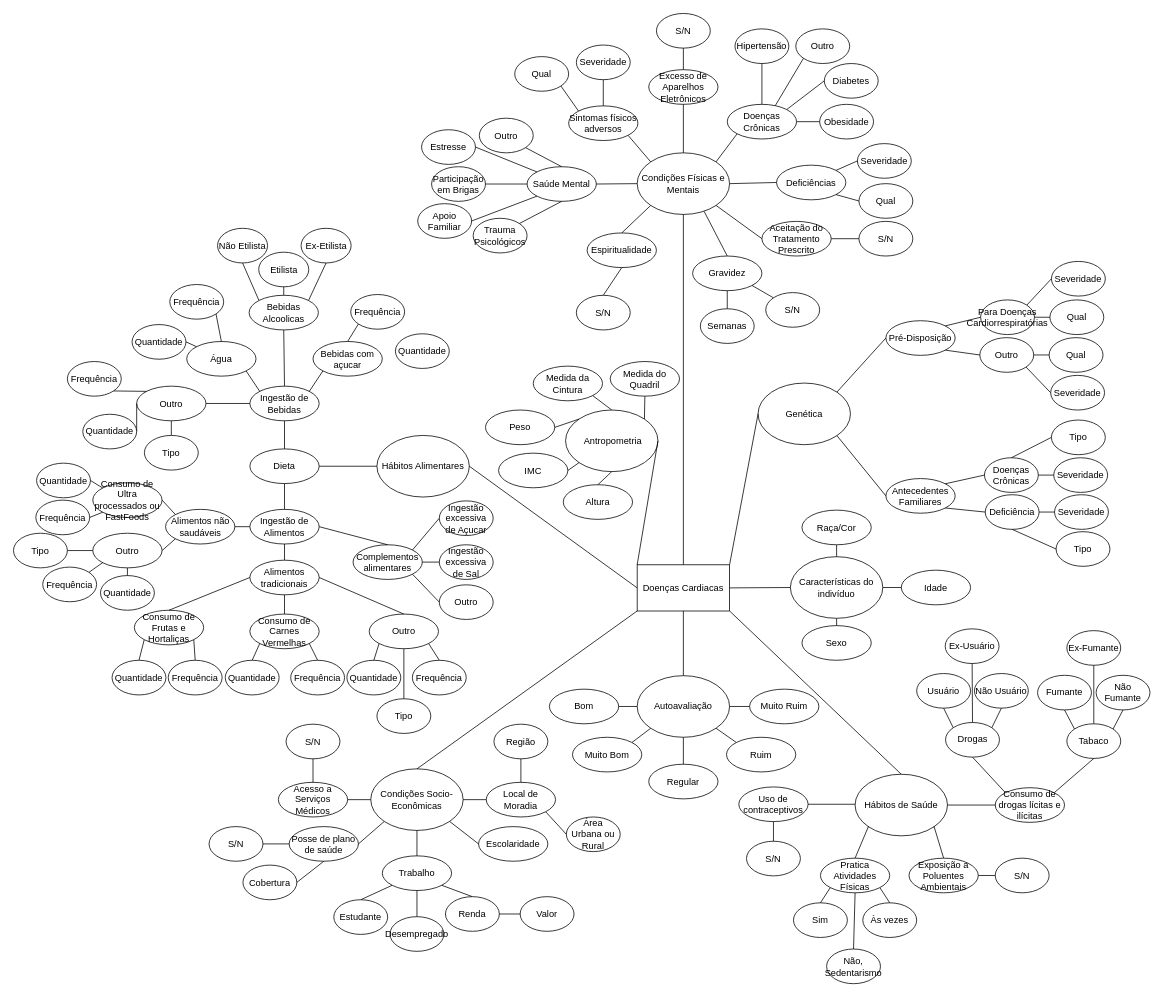
This is Adicionais/Dominio.drawio from lay127/MD_DoencasCardiacas, a draw.io file, before an edit. Source tidied: cells renumbered, new cells numbered last; positions are measured from the earlier drawing's top-left corner, leaving out a move shared by most shapes. Both pictures are drawn from the tidied source at 77%, with x=0, y=0 at pixel (13, 13).
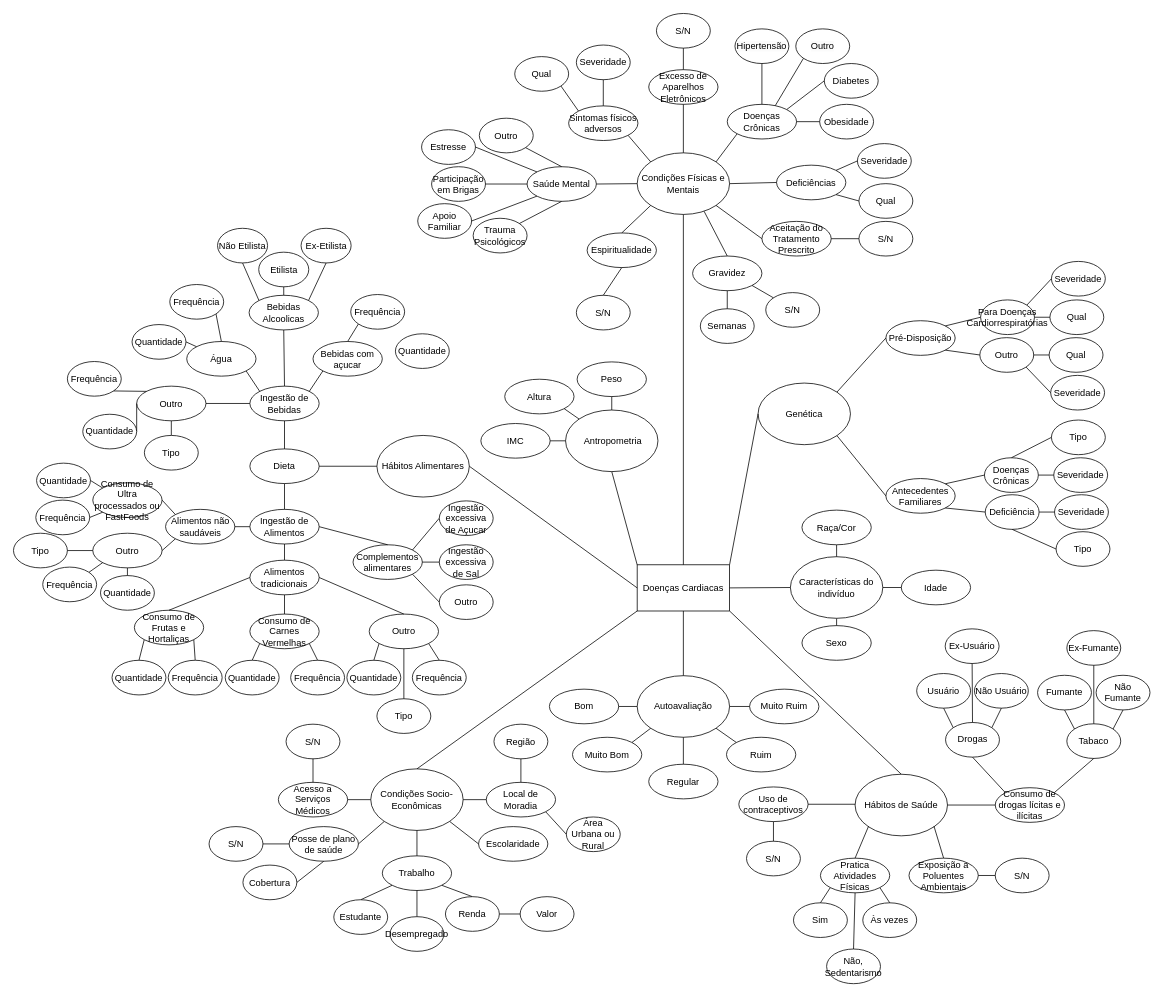
The same diagram, later.

Unchanged cells that the change refers to:
```xml
<mxCell id="2" value="Doenças Cardiacas" style="rounded=0;whiteSpace=wrap;html=1;fontStyle=0;" parent="1" vertex="1">
  <mxGeometry x="810" y="716" width="120" height="60" as="geometry" />
</mxCell>
<mxCell id="3" value="&amp;nbsp;Antropometria" style="ellipse;whiteSpace=wrap;html=1;fontStyle=0;" parent="1" vertex="1">
  <mxGeometry x="717" y="515" width="120" height="80" as="geometry" />
</mxCell>
```

What changed in the source:
```diff
@@
     <mxCell id="6" value="Peso" style="ellipse;whiteSpace=wrap;html=1;fontStyle=0;" parent="1" vertex="1">
-      <mxGeometry x="613" y="515" width="90" height="45" as="geometry" />
+      <mxGeometry x="732" y="452.5" width="90" height="45" as="geometry" />
     </mxCell>
     <mxCell id="7" value="Altura" style="ellipse;whiteSpace=wrap;html=1;fontStyle=0;" parent="1" vertex="1">
-      <mxGeometry x="714" y="612" width="90" height="45" as="geometry" />
+      <mxGeometry x="638" y="475" width="90" height="45" as="geometry" />
     </mxCell>
-    <mxCell id="8" value="Medida da Cintura" style="ellipse;whiteSpace=wrap;html=1;fontStyle=0;" parent="1" vertex="1">
-      <mxGeometry x="675" y="458" width="90" height="45" as="geometry" />
-    </mxCell>
     <mxCell id="9" value="IMC" style="ellipse;whiteSpace=wrap;html=1;fontStyle=0;" parent="1" vertex="1">
-      <mxGeometry x="630" y="571" width="90" height="45" as="geometry" />
+      <mxGeometry x="607" y="532.5" width="90" height="45" as="geometry" />
     </mxCell>
-    <mxCell id="10" value="Medida do Quadril" style="ellipse;whiteSpace=wrap;html=1;fontStyle=0;" parent="1" vertex="1">
-      <mxGeometry x="775" y="452" width="90" height="45" as="geometry" />
-    </mxCell>
-    <mxCell id="11" style="endArrow=none;html=1;rounded=0;exitX=1;exitY=0.5;exitDx=0;exitDy=0;fontStyle=0;entryX=0;entryY=0;entryDx=0;entryDy=0;" parent="1" edge="1" source="3" target="2">
+    <mxCell id="11" style="endArrow=none;html=1;rounded=0;exitX=0.5;exitY=1;exitDx=0;exitDy=0;fontStyle=0;entryX=0;entryY=0;entryDx=0;entryDy=0;" parent="1" edge="1" source="3" target="2">
       <mxGeometry relative="1" as="geometry" />
     </mxCell>
@@
-    <mxCell id="62" style="endArrow=none;html=1;rounded=0;entryX=0.5;entryY=1;entryDx=0;entryDy=0;exitX=1;exitY=0;exitDx=0;exitDy=0;" parent="1" edge="1" source="3" target="10">
-      <mxGeometry relative="1" as="geometry" />
-    </mxCell>
-    <mxCell id="63" style="endArrow=none;html=1;rounded=0;entryX=0.5;entryY=0;entryDx=0;entryDy=0;exitX=0.5;exitY=1;exitDx=0;exitDy=0;" parent="1" edge="1" source="3" target="7">
+    <mxCell id="63" style="endArrow=none;html=1;rounded=0;entryX=1;entryY=1;entryDx=0;entryDy=0;exitX=0;exitY=0;exitDx=0;exitDy=0;" parent="1" edge="1" source="3" target="7">
       <mxGeometry relative="1" as="geometry" />
     </mxCell>
-    <mxCell id="64" style="endArrow=none;html=1;rounded=0;exitX=1;exitY=0.5;exitDx=0;exitDy=0;entryX=0;entryY=0;entryDx=0;entryDy=0;" parent="1" edge="1" source="6" target="3">
+    <mxCell id="64" style="endArrow=none;html=1;rounded=0;exitX=0.5;exitY=1;exitDx=0;exitDy=0;entryX=0.5;entryY=0;entryDx=0;entryDy=0;" parent="1" edge="1" source="6" target="3">
       <mxGeometry relative="1" as="geometry" />
     </mxCell>
-    <mxCell id="65" style="endArrow=none;html=1;rounded=0;entryX=1;entryY=1;entryDx=0;entryDy=0;exitX=0.5;exitY=0;exitDx=0;exitDy=0;" parent="1" edge="1" source="3" target="8">
-      <mxGeometry relative="1" as="geometry" />
-    </mxCell>
-    <mxCell id="66" style="endArrow=none;html=1;rounded=0;exitX=1;exitY=0.5;exitDx=0;exitDy=0;entryX=0;entryY=1;entryDx=0;entryDy=0;" parent="1" edge="1" source="9" target="3">
+    <mxCell id="66" style="endArrow=none;html=1;rounded=0;exitX=1;exitY=0.5;exitDx=0;exitDy=0;entryX=0;entryY=0.5;entryDx=0;entryDy=0;" parent="1" edge="1" source="9" target="3">
       <mxGeometry relative="1" as="geometry" />
     </mxCell>
```
